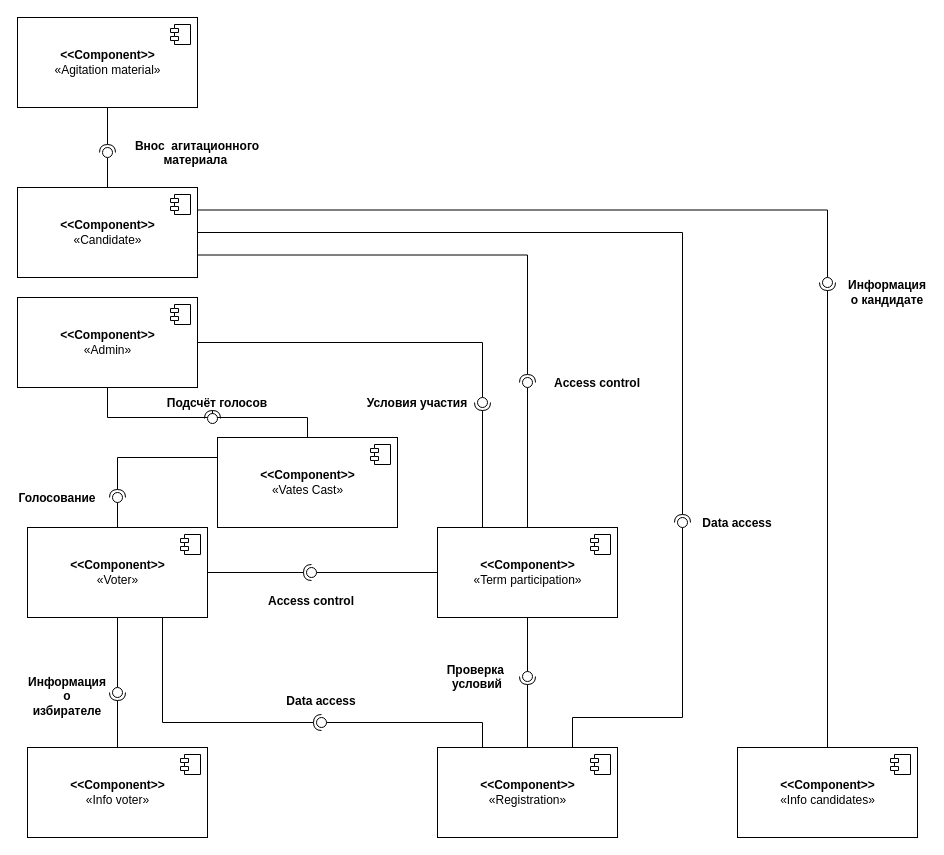
aleksey899/Inter.MixAN keeps this draw.io diagram as Untitled Diagram.drawio. Above is the earlier version. Source tidied: cells renumbered, new cells numbered last; positions are measured from the earlier drawing's top-left corner, leaving out a move shared by most shapes. Both pictures are drawn from the tidied source at 100%, with x=0, y=0 at pixel (17, 17).
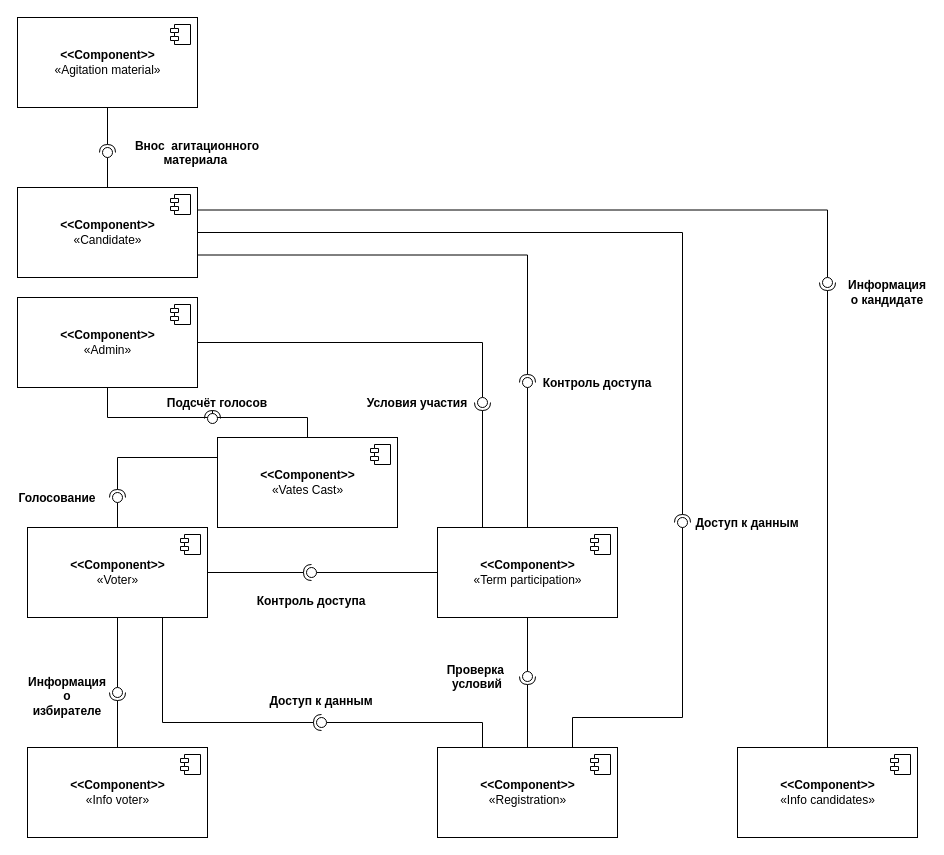
Above is the later version.

What changed in the source:
```diff
@@
-    <mxCell id="40" value="Access control" style="text;align=center;fontStyle=1;verticalAlign=middle;spacingLeft=3;spacingRight=3;strokeColor=none;" parent="1" vertex="1">
+    <mxCell id="40" value="Контроль доступа" style="text;align=center;fontStyle=1;verticalAlign=middle;spacingLeft=3;spacingRight=3;strokeColor=none;" parent="1" vertex="1">
       <mxGeometry x="540" y="352" width="80" height="26" as="geometry" />
     </mxCell>
-    <mxCell id="41" value="Access control" style="text;align=center;fontStyle=1;verticalAlign=middle;spacingLeft=3;spacingRight=3;strokeColor=none;" parent="1" vertex="1">
+    <mxCell id="41" value="Контроль доступа" style="text;align=center;fontStyle=1;verticalAlign=middle;spacingLeft=3;spacingRight=3;strokeColor=none;" parent="1" vertex="1">
       <mxGeometry x="254" y="570" width="80" height="26" as="geometry" />
     </mxCell>
@@
-    <mxCell id="47" value="Data access" style="text;align=center;fontStyle=1;verticalAlign=middle;spacingLeft=3;spacingRight=3;strokeColor=none;" parent="1" vertex="1">
-      <mxGeometry x="680" y="492" width="80" height="26" as="geometry" />
+    <mxCell id="47" value="Доступ к данным" style="text;align=center;fontStyle=1;verticalAlign=middle;spacingLeft=3;spacingRight=3;strokeColor=none;" parent="1" vertex="1">
+      <mxGeometry x="690" y="492" width="80" height="26" as="geometry" />
     </mxCell>
@@
-    <mxCell id="49" value="Data access" style="text;align=center;fontStyle=1;verticalAlign=middle;spacingLeft=3;spacingRight=3;strokeColor=none;" parent="1" vertex="1">
+    <mxCell id="49" value="Доступ к данным" style="text;align=center;fontStyle=1;verticalAlign=middle;spacingLeft=3;spacingRight=3;strokeColor=none;" parent="1" vertex="1">
       <mxGeometry x="264" y="670" width="80" height="26" as="geometry" />
     </mxCell>
```
